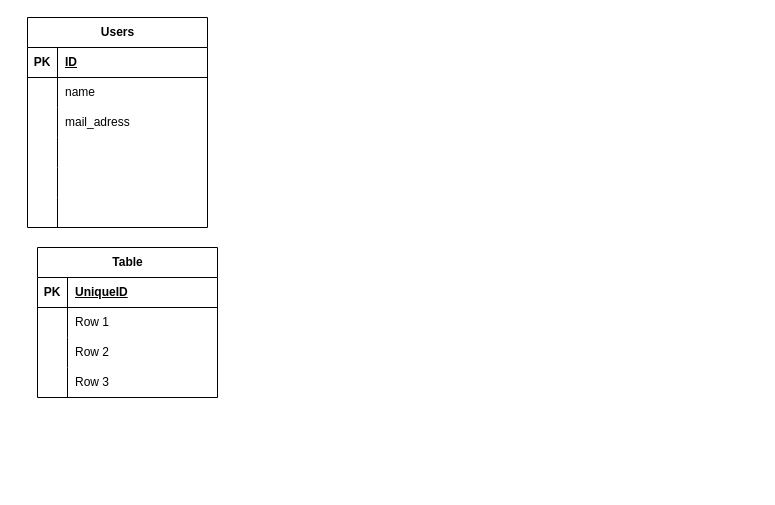
Before: syukan_maiter.drawio in 2bs2bs/syukan_meter, a draw.io diagram. Source tidied: cells renumbered, new cells numbered last; positions are measured from the earlier drawing's top-left corner, leaving out a move shared by most shapes. Both pictures are drawn from the tidied source at 100%, with x=0, y=0 at pixel (27, 17).
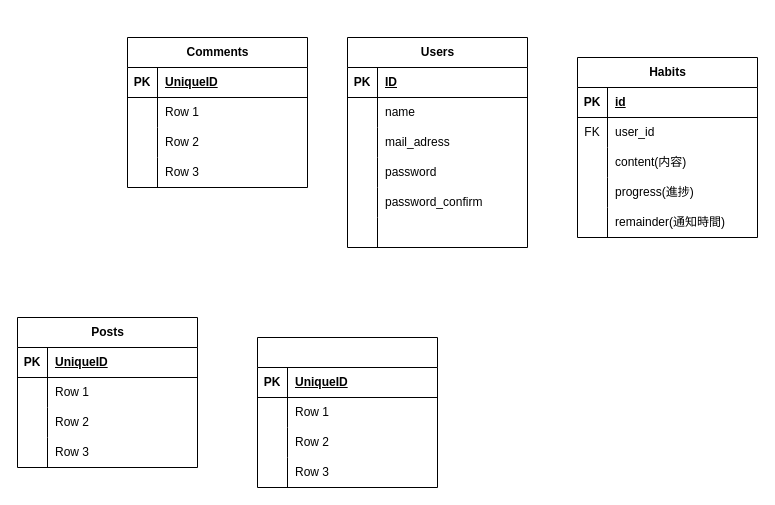
After the change.

Commit message:
mainブランチじゃない方にsyukan_maiter.drawio を更新します

The change refers to these unchanged cells:
```xml
<mxCell id="12" style="shape=tableRow;horizontal=0;startSize=0;swimlaneHead=0;swimlaneBody=0;fillColor=none;top=0;left=0;right=0;bottom=0;" parent="2" vertex="1">
  <mxGeometry y="120" width="180" height="30" as="geometry" />
</mxCell>
<mxCell id="15" style="shape=tableRow;horizontal=0;startSize=0;swimlaneHead=0;swimlaneBody=0;fillColor=none;top=0;left=0;right=0;bottom=0;" parent="2" vertex="1">
  <mxGeometry y="150" width="180" height="30" as="geometry" />
</mxCell>
<mxCell id="22" style="shape=tableRow;horizontal=0;startSize=0;swimlaneHead=0;swimlaneBody=0;fillColor=none;top=0;left=0;right=0;bottom=1;" parent="21" vertex="1">
  <mxGeometry y="30" width="180" height="30" as="geometry" />
</mxCell>
<mxCell id="25" style="shape=tableRow;horizontal=0;startSize=0;swimlaneHead=0;swimlaneBody=0;fillColor=none;top=0;left=0;right=0;bottom=0;" parent="21" vertex="1">
  <mxGeometry y="60" width="180" height="30" as="geometry" />
</mxCell>
<mxCell id="28" style="shape=tableRow;horizontal=0;startSize=0;swimlaneHead=0;swimlaneBody=0;fillColor=none;top=0;left=0;right=0;bottom=0;" parent="21" vertex="1">
  <mxGeometry y="90" width="180" height="30" as="geometry" />
</mxCell>
<mxCell id="31" style="shape=tableRow;horizontal=0;startSize=0;swimlaneHead=0;swimlaneBody=0;fillColor=none;top=0;left=0;right=0;bottom=0;" parent="21" vertex="1">
  <mxGeometry y="120" width="180" height="30" as="geometry" />
</mxCell>
```

Change to the diagram source:
```diff
@@
     <mxCell id="2" value="Users" style="shape=table;startSize=30;childLayout=tableLayout;rowLines=0;fontStyle=1;align=center;html=1;" parent="1" vertex="1">
-      <mxGeometry width="180" height="210" as="geometry" />
+      <mxGeometry x="320" y="20" width="180" height="210" as="geometry" />
     </mxCell>
@@
-    <mxCell id="14" style="shape=partialRectangle;fillColor=none;top=0;left=0;bottom=0;right=0;align=left;spacingLeft=6;overflow=hidden;whiteSpace=wrap;html=1;" parent="12" vertex="1">
+    <mxCell id="14" value="password" style="shape=partialRectangle;fillColor=none;top=0;left=0;bottom=0;right=0;align=left;spacingLeft=6;overflow=hidden;whiteSpace=wrap;html=1;" parent="12" vertex="1">
       <mxGeometry x="30" width="150" height="30" as="geometry" />
     </mxCell>
@@
-    <mxCell id="17" style="shape=partialRectangle;fillColor=none;top=0;left=0;bottom=0;right=0;align=left;spacingLeft=6;overflow=hidden;whiteSpace=wrap;html=1;" parent="15" vertex="1">
+    <mxCell id="17" value="password_confirm" style="shape=partialRectangle;fillColor=none;top=0;left=0;bottom=0;right=0;align=left;spacingLeft=6;overflow=hidden;whiteSpace=wrap;html=1;" parent="15" vertex="1">
       <mxGeometry x="30" width="150" height="30" as="geometry" />
     </mxCell>
@@
-    <mxCell id="21" value="Table" style="shape=table;startSize=30;childLayout=tableLayout;rowLines=0;fontStyle=1;align=center;html=1;" parent="1" vertex="1">
-      <mxGeometry x="10" y="230" width="180" height="150" as="geometry" />
+    <mxCell id="21" value="Habits" style="shape=table;startSize=30;childLayout=tableLayout;rowLines=0;fontStyle=1;align=center;html=1;" parent="1" vertex="1">
+      <mxGeometry x="550" y="40" width="180" height="180" as="geometry" />
     </mxCell>
@@
-    <mxCell id="24" value="UniqueID" style="shape=partialRectangle;fillColor=none;top=0;left=0;bottom=0;right=0;align=left;spacingLeft=6;fontStyle=5;overflow=hidden;whiteSpace=wrap;html=1;" parent="22" vertex="1">
+    <mxCell id="24" value="id" style="shape=partialRectangle;fillColor=none;top=0;left=0;bottom=0;right=0;align=left;spacingLeft=6;fontStyle=5;overflow=hidden;whiteSpace=wrap;html=1;" parent="22" vertex="1">
       <mxGeometry x="30" width="150" height="30" as="geometry" />
     </mxCell>
@@
-    <mxCell id="26" style="shape=partialRectangle;fillColor=none;top=0;left=0;bottom=0;right=0;overflow=hidden;whiteSpace=wrap;html=1;" parent="25" vertex="1">
+    <mxCell id="26" value="FK" style="shape=partialRectangle;fillColor=none;top=0;left=0;bottom=0;right=0;overflow=hidden;whiteSpace=wrap;html=1;" parent="25" vertex="1">
       <mxGeometry width="30" height="30" as="geometry" />
     </mxCell>
-    <mxCell id="27" value="Row 1" style="shape=partialRectangle;fillColor=none;top=0;left=0;bottom=0;right=0;align=left;spacingLeft=6;overflow=hidden;whiteSpace=wrap;html=1;" parent="25" vertex="1">
+    <mxCell id="27" value="user_id" style="shape=partialRectangle;fillColor=none;top=0;left=0;bottom=0;right=0;align=left;spacingLeft=6;overflow=hidden;whiteSpace=wrap;html=1;" parent="25" vertex="1">
       <mxGeometry x="30" width="150" height="30" as="geometry" />
     </mxCell>
@@
-    <mxCell id="30" value="Row 2" style="shape=partialRectangle;fillColor=none;top=0;left=0;bottom=0;right=0;align=left;spacingLeft=6;overflow=hidden;whiteSpace=wrap;html=1;" parent="28" vertex="1">
+    <mxCell id="30" value="content(内容)" style="shape=partialRectangle;fillColor=none;top=0;left=0;bottom=0;right=0;align=left;spacingLeft=6;overflow=hidden;whiteSpace=wrap;html=1;" parent="28" vertex="1">
       <mxGeometry x="30" width="150" height="30" as="geometry" />
     </mxCell>
@@
-    <mxCell id="33" value="Row 3" style="shape=partialRectangle;fillColor=none;top=0;left=0;bottom=0;right=0;align=left;spacingLeft=6;overflow=hidden;whiteSpace=wrap;html=1;" parent="31" vertex="1">
+    <mxCell id="33" value="progress(進捗)" style="shape=partialRectangle;fillColor=none;top=0;left=0;bottom=0;right=0;align=left;spacingLeft=6;overflow=hidden;whiteSpace=wrap;html=1;" parent="31" vertex="1">
       <mxGeometry x="30" width="150" height="30" as="geometry" />
     </mxCell>
+    <mxCell id="34" style="shape=tableRow;horizontal=0;startSize=0;swimlaneHead=0;swimlaneBody=0;fillColor=none;top=0;left=0;right=0;bottom=0;" parent="21" vertex="1">
+      <mxGeometry y="150" width="180" height="30" as="geometry" />
+    </mxCell>
+    <mxCell id="35" style="shape=partialRectangle;fillColor=none;top=0;left=0;bottom=0;right=0;overflow=hidden;whiteSpace=wrap;html=1;" parent="34" vertex="1">
+      <mxGeometry width="30" height="30" as="geometry" />
+    </mxCell>
+    <mxCell id="36" value="remainder(通知時間)" style="shape=partialRectangle;fillColor=none;top=0;left=0;bottom=0;right=0;align=left;spacingLeft=6;overflow=hidden;whiteSpace=wrap;html=1;" parent="34" vertex="1">
+      <mxGeometry x="30" width="150" height="30" as="geometry" />
+    </mxCell>
+    <mxCell id="37" value="Comments" style="shape=table;startSize=30;childLayout=tableLayout;rowLines=0;fontStyle=1;align=center;html=1;" parent="1" vertex="1">
+      <mxGeometry x="100" y="20" width="180" height="150" as="geometry" />
+    </mxCell>
+    <mxCell id="38" style="shape=tableRow;horizontal=0;startSize=0;swimlaneHead=0;swimlaneBody=0;fillColor=none;top=0;left=0;right=0;bottom=1;" parent="37" vertex="1">
+      <mxGeometry y="30" width="180" height="30" as="geometry" />
+    </mxCell>
+    <mxCell id="39" value="PK" style="shape=partialRectangle;fillColor=none;top=0;left=0;bottom=0;right=0;fontStyle=1;overflow=hidden;whiteSpace=wrap;html=1;" parent="38" vertex="1">
+      <mxGeometry width="30" height="30" as="geometry" />
+    </mxCell>
+    <mxCell id="40" value="UniqueID" style="shape=partialRectangle;fillColor=none;top=0;left=0;bottom=0;right=0;align=left;spacingLeft=6;fontStyle=5;overflow=hidden;whiteSpace=wrap;html=1;" parent="38" vertex="1">
+      <mxGeometry x="30" width="150" height="30" as="geometry" />
+    </mxCell>
+    <mxCell id="41" style="shape=tableRow;horizontal=0;startSize=0;swimlaneHead=0;swimlaneBody=0;fillColor=none;top=0;left=0;right=0;bottom=0;" parent="37" vertex="1">
+      <mxGeometry y="60" width="180" height="30" as="geometry" />
+    </mxCell>
+    <mxCell id="42" style="shape=partialRectangle;fillColor=none;top=0;left=0;bottom=0;right=0;overflow=hidden;whiteSpace=wrap;html=1;" parent="41" vertex="1">
+      <mxGeometry width="30" height="30" as="geometry" />
+    </mxCell>
+    <mxCell id="43" value="Row 1" style="shape=partialRectangle;fillColor=none;top=0;left=0;bottom=0;right=0;align=left;spacingLeft=6;overflow=hidden;whiteSpace=wrap;html=1;" parent="41" vertex="1">
+      <mxGeometry x="30" width="150" height="30" as="geometry" />
+    </mxCell>
+    <mxCell id="44" style="shape=tableRow;horizontal=0;startSize=0;swimlaneHead=0;swimlaneBody=0;fillColor=none;top=0;left=0;right=0;bottom=0;" parent="37" vertex="1">
+      <mxGeometry y="90" width="180" height="30" as="geometry" />
+    </mxCell>
+    <mxCell id="45" style="shape=partialRectangle;fillColor=none;top=0;left=0;bottom=0;right=0;overflow=hidden;whiteSpace=wrap;html=1;" parent="44" vertex="1">
+      <mxGeometry width="30" height="30" as="geometry" />
+    </mxCell>
+    <mxCell id="46" value="Row 2" style="shape=partialRectangle;fillColor=none;top=0;left=0;bottom=0;right=0;align=left;spacingLeft=6;overflow=hidden;whiteSpace=wrap;html=1;" parent="44" vertex="1">
+      <mxGeometry x="30" width="150" height="30" as="geometry" />
+    </mxCell>
+    <mxCell id="47" style="shape=tableRow;horizontal=0;startSize=0;swimlaneHead=0;swimlaneBody=0;fillColor=none;top=0;left=0;right=0;bottom=0;" parent="37" vertex="1">
+      <mxGeometry y="120" width="180" height="30" as="geometry" />
+    </mxCell>
+    <mxCell id="48" style="shape=partialRectangle;fillColor=none;top=0;left=0;bottom=0;right=0;overflow=hidden;whiteSpace=wrap;html=1;" parent="47" vertex="1">
+      <mxGeometry width="30" height="30" as="geometry" />
+    </mxCell>
+    <mxCell id="49" value="Row 3" style="shape=partialRectangle;fillColor=none;top=0;left=0;bottom=0;right=0;align=left;spacingLeft=6;overflow=hidden;whiteSpace=wrap;html=1;" parent="47" vertex="1">
+      <mxGeometry x="30" width="150" height="30" as="geometry" />
+    </mxCell>
+    <mxCell id="50" value="Posts" style="shape=table;startSize=30;childLayout=tableLayout;rowLines=0;fontStyle=1;align=center;html=1;" parent="1" vertex="1">
+      <mxGeometry x="-10" y="300" width="180" height="150" as="geometry" />
+    </mxCell>
+    <mxCell id="51" style="shape=tableRow;horizontal=0;startSize=0;swimlaneHead=0;swimlaneBody=0;fillColor=none;top=0;left=0;right=0;bottom=1;" parent="50" vertex="1">
+      <mxGeometry y="30" width="180" height="30" as="geometry" />
+    </mxCell>
+    <mxCell id="52" value="PK" style="shape=partialRectangle;fillColor=none;top=0;left=0;bottom=0;right=0;fontStyle=1;overflow=hidden;whiteSpace=wrap;html=1;" parent="51" vertex="1">
+      <mxGeometry width="30" height="30" as="geometry" />
+    </mxCell>
+    <mxCell id="53" value="UniqueID" style="shape=partialRectangle;fillColor=none;top=0;left=0;bottom=0;right=0;align=left;spacingLeft=6;fontStyle=5;overflow=hidden;whiteSpace=wrap;html=1;" parent="51" vertex="1">
+      <mxGeometry x="30" width="150" height="30" as="geometry" />
+    </mxCell>
+    <mxCell id="54" style="shape=tableRow;horizontal=0;startSize=0;swimlaneHead=0;swimlaneBody=0;fillColor=none;top=0;left=0;right=0;bottom=0;" parent="50" vertex="1">
+      <mxGeometry y="60" width="180" height="30" as="geometry" />
+    </mxCell>
+    <mxCell id="55" style="shape=partialRectangle;fillColor=none;top=0;left=0;bottom=0;right=0;overflow=hidden;whiteSpace=wrap;html=1;" parent="54" vertex="1">
+      <mxGeometry width="30" height="30" as="geometry" />
+    </mxCell>
+    <mxCell id="56" value="Row 1" style="shape=partialRectangle;fillColor=none;top=0;left=0;bottom=0;right=0;align=left;spacingLeft=6;overflow=hidden;whiteSpace=wrap;html=1;" parent="54" vertex="1">
+      <mxGeometry x="30" width="150" height="30" as="geometry" />
+    </mxCell>
+    <mxCell id="57" style="shape=tableRow;horizontal=0;startSize=0;swimlaneHead=0;swimlaneBody=0;fillColor=none;top=0;left=0;right=0;bottom=0;" parent="50" vertex="1">
+      <mxGeometry y="90" width="180" height="30" as="geometry" />
+    </mxCell>
+    <mxCell id="58" style="shape=partialRectangle;fillColor=none;top=0;left=0;bottom=0;right=0;overflow=hidden;whiteSpace=wrap;html=1;" parent="57" vertex="1">
+      <mxGeometry width="30" height="30" as="geometry" />
+    </mxCell>
+    <mxCell id="59" value="Row 2" style="shape=partialRectangle;fillColor=none;top=0;left=0;bottom=0;right=0;align=left;spacingLeft=6;overflow=hidden;whiteSpace=wrap;html=1;" parent="57" vertex="1">
+      <mxGeometry x="30" width="150" height="30" as="geometry" />
+    </mxCell>
+    <mxCell id="60" style="shape=tableRow;horizontal=0;startSize=0;swimlaneHead=0;swimlaneBody=0;fillColor=none;top=0;left=0;right=0;bottom=0;" parent="50" vertex="1">
+      <mxGeometry y="120" width="180" height="30" as="geometry" />
+    </mxCell>
+    <mxCell id="61" style="shape=partialRectangle;fillColor=none;top=0;left=0;bottom=0;right=0;overflow=hidden;whiteSpace=wrap;html=1;" parent="60" vertex="1">
+      <mxGeometry width="30" height="30" as="geometry" />
+    </mxCell>
+    <mxCell id="62" value="Row 3" style="shape=partialRectangle;fillColor=none;top=0;left=0;bottom=0;right=0;align=left;spacingLeft=6;overflow=hidden;whiteSpace=wrap;html=1;" parent="60" vertex="1">
+      <mxGeometry x="30" width="150" height="30" as="geometry" />
+    </mxCell>
+    <mxCell id="63" style="shape=table;startSize=30;childLayout=tableLayout;rowLines=0;fontStyle=1;align=center;html=1;" parent="1" vertex="1">
+      <mxGeometry x="230" y="320" width="180" height="150" as="geometry" />
+    </mxCell>
+    <mxCell id="64" style="shape=tableRow;horizontal=0;startSize=0;swimlaneHead=0;swimlaneBody=0;fillColor=none;top=0;left=0;right=0;bottom=1;" parent="63" vertex="1">
+      <mxGeometry y="30" width="180" height="30" as="geometry" />
+    </mxCell>
+    <mxCell id="65" value="PK" style="shape=partialRectangle;fillColor=none;top=0;left=0;bottom=0;right=0;fontStyle=1;overflow=hidden;whiteSpace=wrap;html=1;" parent="64" vertex="1">
+      <mxGeometry width="30" height="30" as="geometry" />
+    </mxCell>
+    <mxCell id="66" value="UniqueID" style="shape=partialRectangle;fillColor=none;top=0;left=0;bottom=0;right=0;align=left;spacingLeft=6;fontStyle=5;overflow=hidden;whiteSpace=wrap;html=1;" parent="64" vertex="1">
+      <mxGeometry x="30" width="150" height="30" as="geometry" />
+    </mxCell>
+    <mxCell id="67" style="shape=tableRow;horizontal=0;startSize=0;swimlaneHead=0;swimlaneBody=0;fillColor=none;top=0;left=0;right=0;bottom=0;" parent="63" vertex="1">
+      <mxGeometry y="60" width="180" height="30" as="geometry" />
+    </mxCell>
+    <mxCell id="68" style="shape=partialRectangle;fillColor=none;top=0;left=0;bottom=0;right=0;overflow=hidden;whiteSpace=wrap;html=1;" parent="67" vertex="1">
+      <mxGeometry width="30" height="30" as="geometry" />
+    </mxCell>
+    <mxCell id="69" value="Row 1" style="shape=partialRectangle;fillColor=none;top=0;left=0;bottom=0;right=0;align=left;spacingLeft=6;overflow=hidden;whiteSpace=wrap;html=1;" parent="67" vertex="1">
+      <mxGeometry x="30" width="150" height="30" as="geometry" />
+    </mxCell>
+    <mxCell id="70" style="shape=tableRow;horizontal=0;startSize=0;swimlaneHead=0;swimlaneBody=0;fillColor=none;top=0;left=0;right=0;bottom=0;" parent="63" vertex="1">
+      <mxGeometry y="90" width="180" height="30" as="geometry" />
+    </mxCell>
+    <mxCell id="71" style="shape=partialRectangle;fillColor=none;top=0;left=0;bottom=0;right=0;overflow=hidden;whiteSpace=wrap;html=1;" parent="70" vertex="1">
+      <mxGeometry width="30" height="30" as="geometry" />
+    </mxCell>
+    <mxCell id="72" value="Row 2" style="shape=partialRectangle;fillColor=none;top=0;left=0;bottom=0;right=0;align=left;spacingLeft=6;overflow=hidden;whiteSpace=wrap;html=1;" parent="70" vertex="1">
+      <mxGeometry x="30" width="150" height="30" as="geometry" />
+    </mxCell>
+    <mxCell id="73" style="shape=tableRow;horizontal=0;startSize=0;swimlaneHead=0;swimlaneBody=0;fillColor=none;top=0;left=0;right=0;bottom=0;" parent="63" vertex="1">
+      <mxGeometry y="120" width="180" height="30" as="geometry" />
+    </mxCell>
+    <mxCell id="74" style="shape=partialRectangle;fillColor=none;top=0;left=0;bottom=0;right=0;overflow=hidden;whiteSpace=wrap;html=1;" parent="73" vertex="1">
+      <mxGeometry width="30" height="30" as="geometry" />
+    </mxCell>
+    <mxCell id="75" value="Row 3" style="shape=partialRectangle;fillColor=none;top=0;left=0;bottom=0;right=0;align=left;spacingLeft=6;overflow=hidden;whiteSpace=wrap;html=1;" parent="73" vertex="1">
+      <mxGeometry x="30" width="150" height="30" as="geometry" />
+    </mxCell>
```
